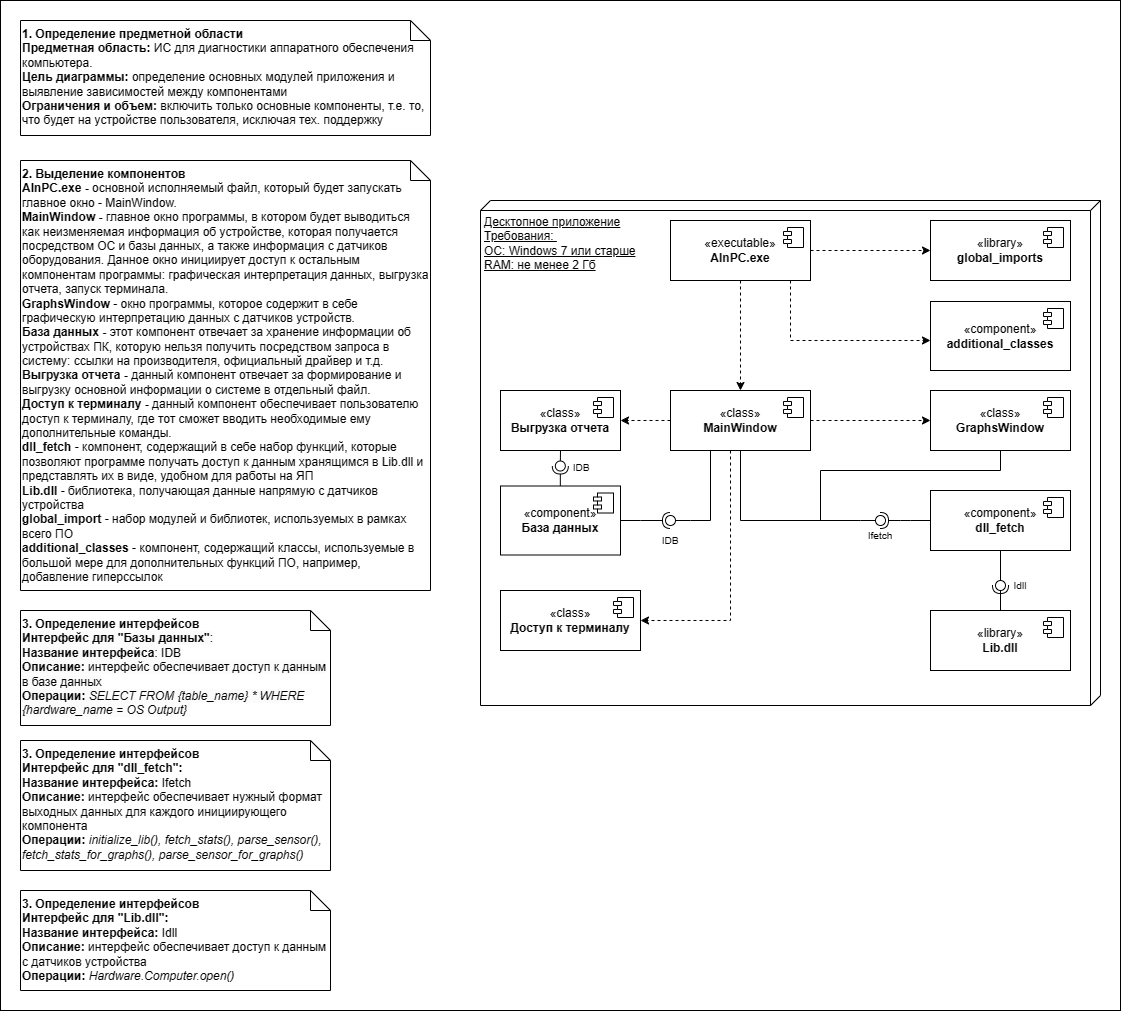
Before: Диаграмма компонентов.png, a diagram exported from draw.io (Alekcey264/DiplomaVerevkin). Source tidied: cells renumbered, new cells last; positions are measured from the earlier drawing's top-left corner, leaving out a move shared by most shapes.
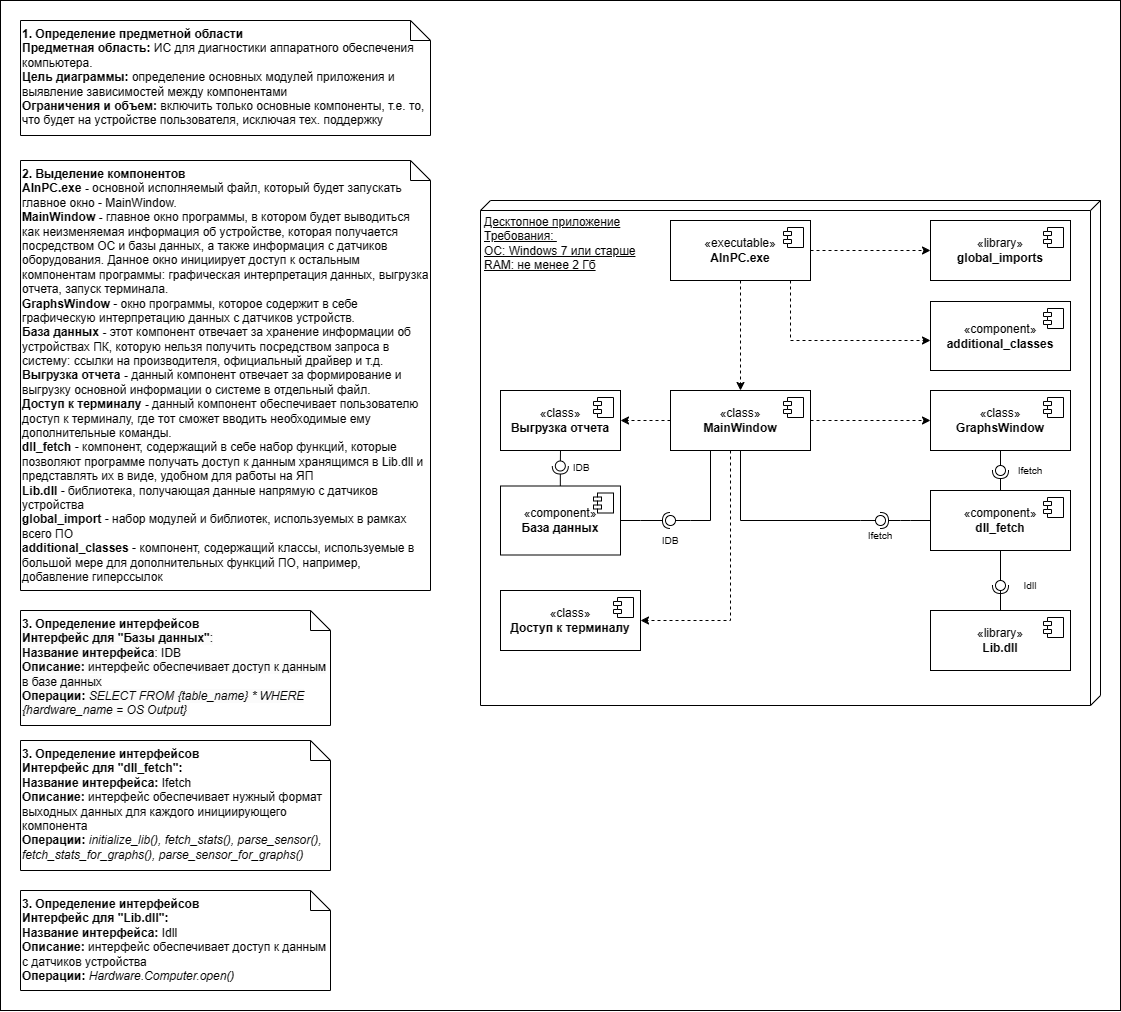
The same file after the commit.

Diff of the diagram source:
```diff
@@ -75,15 +75,6 @@
         <mxPoint x="-27" y="7" as="offset" />
       </mxGeometry>
     </mxCell>
-    <mxCell id="19" style="edgeStyle=orthogonalEdgeStyle;rounded=0;jettySize=auto;html=1;endArrow=none;endFill=0;" parent="1" edge="1" source="20">
-      <mxGeometry relative="1" as="geometry">
-        <mxPoint x="820" y="520" as="targetPoint" />
-        <Array as="points">
-          <mxPoint x="1000" y="470" />
-          <mxPoint x="820" y="470" />
-        </Array>
-      </mxGeometry>
-    </mxCell>
     <mxCell id="20" value="«class»&lt;br&gt;&lt;b&gt;GraphsWindow&lt;/b&gt;" style="html=1;whiteSpace=wrap;" parent="1" vertex="1">
       <mxGeometry x="930" y="390" width="140" height="60" as="geometry" />
     </mxCell>
@@ -176,7 +167,7 @@
       <mxGeometry x="15" width="10" height="10" as="geometry" />
     </mxCell>
     <mxCell id="43" value="&lt;font style=&quot;font-size: 10px;&quot;&gt;Idll&lt;/font&gt;" style="text;html=1;strokeColor=none;fillColor=none;align=center;verticalAlign=middle;whiteSpace=wrap;rounded=0;" parent="1" vertex="1">
-      <mxGeometry x="990" y="570" width="60" height="30" as="geometry" />
+      <mxGeometry x="1000" y="570" width="60" height="30" as="geometry" />
     </mxCell>
     <mxCell id="44" style="edgeStyle=orthogonalEdgeStyle;rounded=0;jettySize=auto;html=1;endArrow=none;endFill=0;" parent="1" edge="1" source="45">
       <mxGeometry relative="1" as="geometry">
@@ -252,5 +243,24 @@
         <mxPoint x="-27" y="7" as="offset" />
       </mxGeometry>
     </mxCell>
+    <mxCell id="62" style="group;direction=west;rotation=90;" parent="1" vertex="1">
+      <mxGeometry x="980" y="465" width="40" height="10" as="geometry" />
+    </mxCell>
+    <mxCell id="63" style="rounded=0;jettySize=auto;html=1;endArrow=halfCircle;endFill=0;endSize=6;strokeWidth=1;sketch=0;" parent="62" edge="1" target="65">
+      <mxGeometry relative="1" as="geometry">
+        <mxPoint x="20" y="25" as="sourcePoint" />
+      </mxGeometry>
+    </mxCell>
+    <mxCell id="64" style="rounded=0;jettySize=auto;html=1;endArrow=oval;endFill=0;sketch=0;sourcePerimeterSpacing=0;targetPerimeterSpacing=0;endSize=10;" parent="62" edge="1" target="65">
+      <mxGeometry relative="1" as="geometry">
+        <mxPoint x="20" y="-15" as="sourcePoint" />
+      </mxGeometry>
+    </mxCell>
+    <mxCell id="65" style="ellipse;whiteSpace=wrap;html=1;align=center;fillColor=none;strokeColor=none;perimeter=centerPerimeter;points=[];outlineConnect=1;rotation=90;" parent="62" vertex="1">
+      <mxGeometry x="15" width="10" height="10" as="geometry" />
+    </mxCell>
+    <mxCell id="66" value="&lt;font style=&quot;font-size: 10px;&quot;&gt;Ifetch&lt;/font&gt;" style="text;html=1;strokeColor=none;fillColor=none;align=center;verticalAlign=middle;whiteSpace=wrap;rounded=0;" parent="1" vertex="1">
+      <mxGeometry x="1000" y="455" width="60" height="30" as="geometry" />
+    </mxCell>
   </root>
 </mxGraphModel>
```
